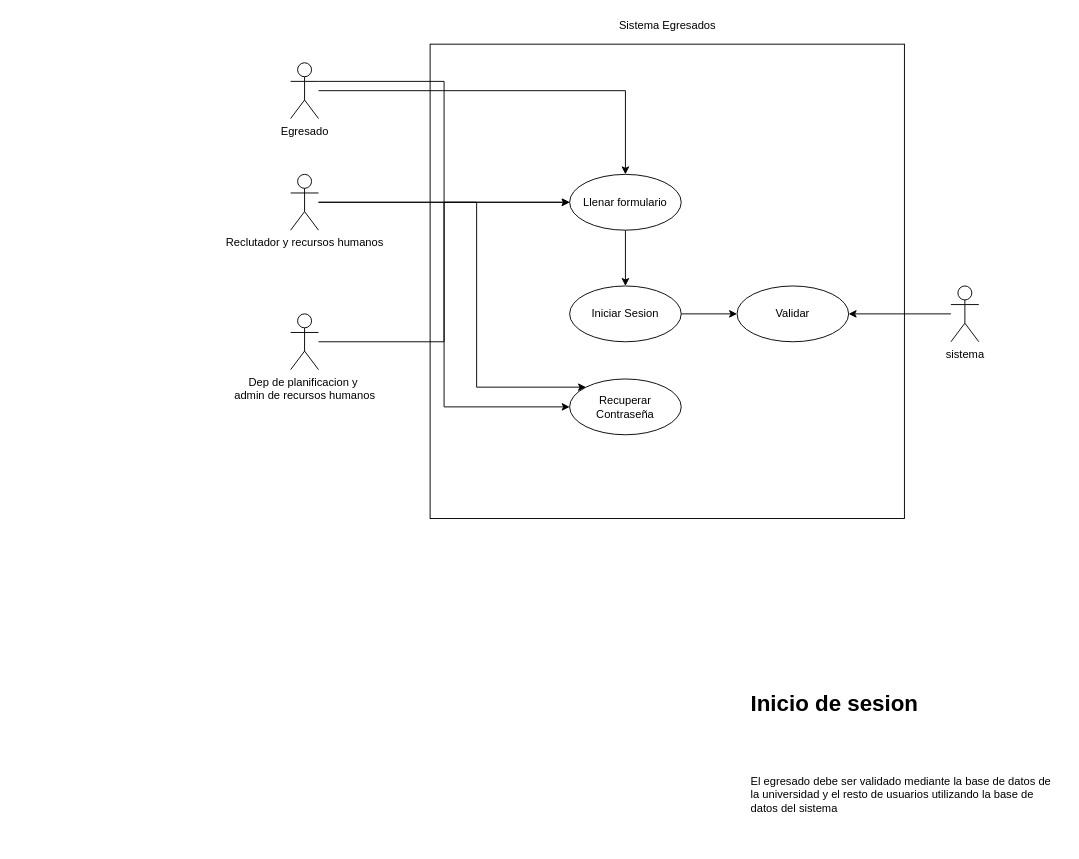
Above: page "Modulo Login" (2 of 5) of Modelo datos.drawio in Jslquintero/Seguimiento-Egresados (draw.io), before the change. Source tidied: cells renumbered, new cells numbered last; positions are measured from the earlier drawing's top-left corner, leaving out a move shared by most shapes. Both pictures are drawn from the tidied source at 93%, with x=0, y=0 at pixel (290, 16).
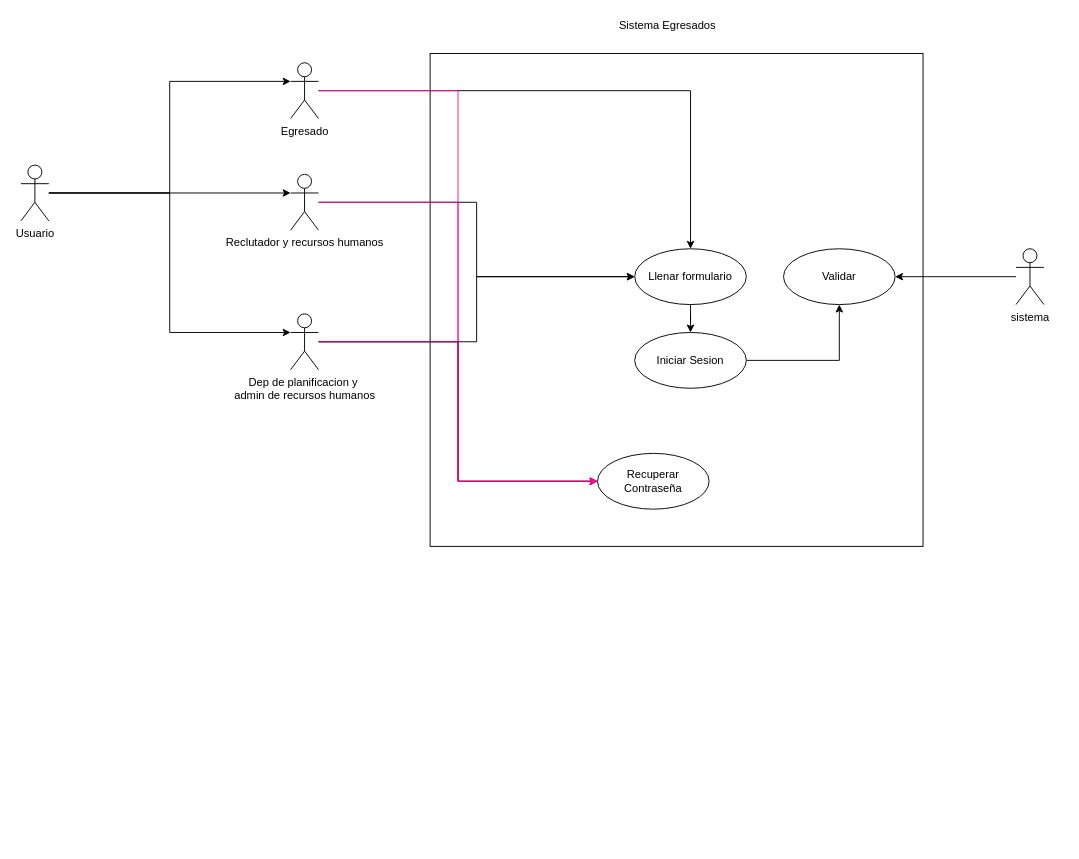
After the change.

Unchanged cells that the change refers to:
```xml
<mxCell id="6" value="Egresado" style="shape=umlActor;verticalLabelPosition=bottom;verticalAlign=top;html=1;outlineConnect=0;" parent="1" vertex="1">
  <mxGeometry y="50" width="30" height="60" as="geometry" />
</mxCell>
<mxCell id="9" value="Reclutador y recursos humanos" style="shape=umlActor;verticalLabelPosition=bottom;verticalAlign=top;html=1;outlineConnect=0;" parent="1" vertex="1">
  <mxGeometry y="170" width="30" height="60" as="geometry" />
</mxCell>
<mxCell id="15" value="&lt;div&gt;Dep de planificacion y&amp;nbsp;&lt;/div&gt;&lt;div&gt;admin de recursos humanos&lt;/div&gt;" style="shape=umlActor;verticalLabelPosition=bottom;verticalAlign=top;html=1;outlineConnect=0;" parent="1" vertex="1">
  <mxGeometry y="320" width="30" height="60" as="geometry" />
</mxCell>
```

Diff of the diagram source:
```diff
@@
-    <mxCell id="2" value="&lt;h1&gt;Inicio de sesion&lt;/h1&gt;&lt;h1&gt;&lt;br&gt;&lt;/h1&gt;&lt;div&gt;El egresado debe ser validado mediante la base de datos de la universidad y el resto de usuarios utilizando la base de datos del sistema&lt;/div&gt;&lt;div&gt;&lt;br&gt;&lt;/div&gt;" style="text;html=1;strokeColor=none;fillColor=none;spacing=5;spacingTop=-20;whiteSpace=wrap;overflow=hidden;rounded=0;" parent="1" vertex="1">
-      <mxGeometry x="490" y="720" width="340" height="170" as="geometry" />
-    </mxCell>
     <mxCell id="3" style="whiteSpace=wrap;html=1;" parent="1" vertex="1">
-      <mxGeometry x="150" y="30" width="510" height="510" as="geometry" />
+      <mxGeometry x="150" y="40" width="530" height="530" as="geometry" />
     </mxCell>
@@
-    <mxCell id="5" style="edgeStyle=orthogonalEdgeStyle;rounded=0;jettySize=auto;html=1;exitX=1;exitY=0.3333333333333333;exitDx=0;exitDy=0;exitPerimeter=0;entryX=0;entryY=0.5;entryDx=0;entryDy=0;" parent="1" edge="1" source="6" target="20">
+    <mxCell id="5" style="edgeStyle=orthogonalEdgeStyle;rounded=0;jettySize=auto;html=1;entryX=0;entryY=0.5;entryDx=0;entryDy=0;strokeColor=#FF0F97;" parent="1" edge="1" source="6" target="20">
       <mxGeometry relative="1" as="geometry" />
     </mxCell>
@@
-    <mxCell id="7" style="edgeStyle=orthogonalEdgeStyle;rounded=0;jettySize=auto;html=1;" parent="1" edge="1" source="9" target="19">
+    <mxCell id="7" style="edgeStyle=orthogonalEdgeStyle;rounded=0;jettySize=auto;html=1;entryX=0;entryY=0.5;entryDx=0;entryDy=0;" parent="1" edge="1" source="9" target="19">
       <mxGeometry relative="1" as="geometry" />
     </mxCell>
-    <mxCell id="8" style="edgeStyle=orthogonalEdgeStyle;rounded=0;jettySize=auto;html=1;entryX=0;entryY=0;entryDx=0;entryDy=0;" parent="1" edge="1" source="9" target="20">
-      <mxGeometry relative="1" as="geometry">
-        <Array as="points">
-          <mxPoint x="200" y="200" />
-          <mxPoint x="200" y="399" />
-        </Array>
-      </mxGeometry>
+    <mxCell id="8" style="edgeStyle=orthogonalEdgeStyle;rounded=0;jettySize=auto;html=1;entryX=0;entryY=0.5;entryDx=0;entryDy=0;strokeColor=#FF0F97;" parent="1" edge="1" source="9" target="20">
+      <mxGeometry relative="1" as="geometry" />
     </mxCell>
@@
     <mxCell id="11" value="sistema" style="shape=umlActor;verticalLabelPosition=bottom;verticalAlign=top;html=1;outlineConnect=0;" parent="1" vertex="1">
-      <mxGeometry x="710" y="290" width="30" height="60" as="geometry" />
+      <mxGeometry x="780" y="250" width="30" height="60" as="geometry" />
     </mxCell>
@@
     <mxCell id="13" value="Iniciar Sesion" style="ellipse;whiteSpace=wrap;html=1;" parent="1" vertex="1">
-      <mxGeometry x="300" y="290" width="120" height="60" as="geometry" />
+      <mxGeometry x="370" y="340" width="120" height="60" as="geometry" />
     </mxCell>
@@
+    <mxCell id="21" style="edgeStyle=orthogonalEdgeStyle;rounded=0;jettySize=auto;html=1;entryX=0;entryY=0.5;entryDx=0;entryDy=0;" parent="1" edge="1" source="15" target="20">
+      <mxGeometry relative="1" as="geometry" />
+    </mxCell>
+    <mxCell id="22" style="edgeStyle=orthogonalEdgeStyle;rounded=0;jettySize=auto;html=1;entryX=0;entryY=0.5;entryDx=0;entryDy=0;strokeColor=#FF0F97;" parent="1" edge="1" source="15" target="20">
+      <mxGeometry relative="1" as="geometry" />
+    </mxCell>
@@
     <mxCell id="17" value="Validar" style="ellipse;whiteSpace=wrap;html=1;" parent="1" vertex="1">
-      <mxGeometry x="480" y="290" width="120" height="60" as="geometry" />
+      <mxGeometry x="530" y="250" width="120" height="60" as="geometry" />
     </mxCell>
@@
     <mxCell id="19" value="Llenar formulario" style="ellipse;whiteSpace=wrap;html=1;" parent="1" vertex="1">
-      <mxGeometry x="300" y="170" width="120" height="60" as="geometry" />
+      <mxGeometry x="370" y="250" width="120" height="60" as="geometry" />
     </mxCell>
     <mxCell id="20" value="Recuperar Contraseña" style="ellipse;whiteSpace=wrap;html=1;" parent="1" vertex="1">
-      <mxGeometry x="300" y="390" width="120" height="60" as="geometry" />
+      <mxGeometry x="330" y="470" width="120" height="60" as="geometry" />
     </mxCell>
+    <mxCell id="23" style="edgeStyle=orthogonalEdgeStyle;rounded=0;jettySize=auto;html=1;entryX=0;entryY=0.3333333333333333;entryDx=0;entryDy=0;entryPerimeter=0;strokeColor=#000000;" parent="1" edge="1" source="26" target="6">
+      <mxGeometry relative="1" as="geometry" />
+    </mxCell>
+    <mxCell id="24" style="edgeStyle=orthogonalEdgeStyle;rounded=0;jettySize=auto;html=1;entryX=0;entryY=0.3333333333333333;entryDx=0;entryDy=0;entryPerimeter=0;strokeColor=#000000;" parent="1" edge="1" source="26" target="15">
+      <mxGeometry relative="1" as="geometry" />
+    </mxCell>
+    <mxCell id="25" style="edgeStyle=orthogonalEdgeStyle;rounded=0;jettySize=auto;html=1;entryX=0;entryY=0.3333333333333333;entryDx=0;entryDy=0;entryPerimeter=0;strokeColor=#000000;" parent="1" edge="1" source="26" target="9">
+      <mxGeometry relative="1" as="geometry" />
+    </mxCell>
+    <mxCell id="26" value="Usuario" style="shape=umlActor;verticalLabelPosition=bottom;verticalAlign=top;html=1;outlineConnect=0;" parent="1" vertex="1">
+      <mxGeometry x="-290" y="160" width="30" height="60" as="geometry" />
+    </mxCell>
```
